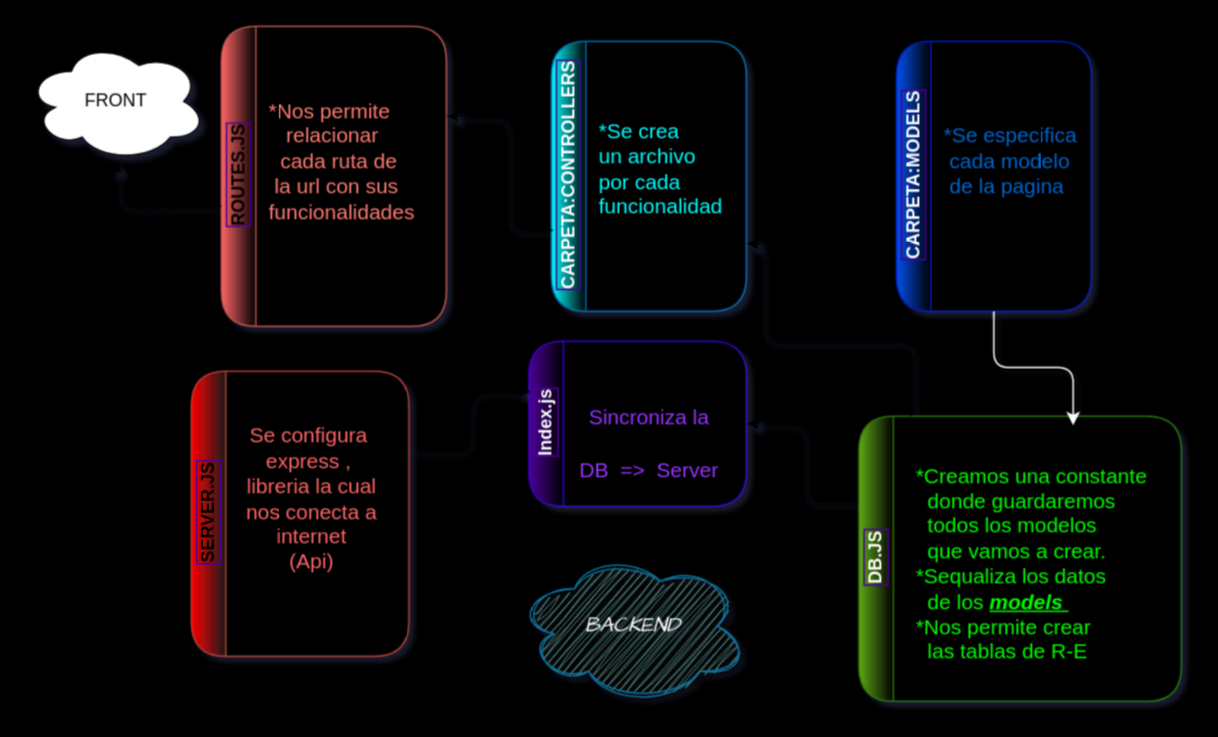
This is Diagrama sin título.drawio from MBritez07/Proyecto-Integrador-Videogames, a draw.io file, before an edit. Source tidied: cells renumbered, new cells numbered last; positions are measured from the earlier drawing's top-left corner, leaving out a move shared by most shapes. Both pictures are drawn from the tidied source at 150%, with x=0, y=0 at pixel (26, 26).
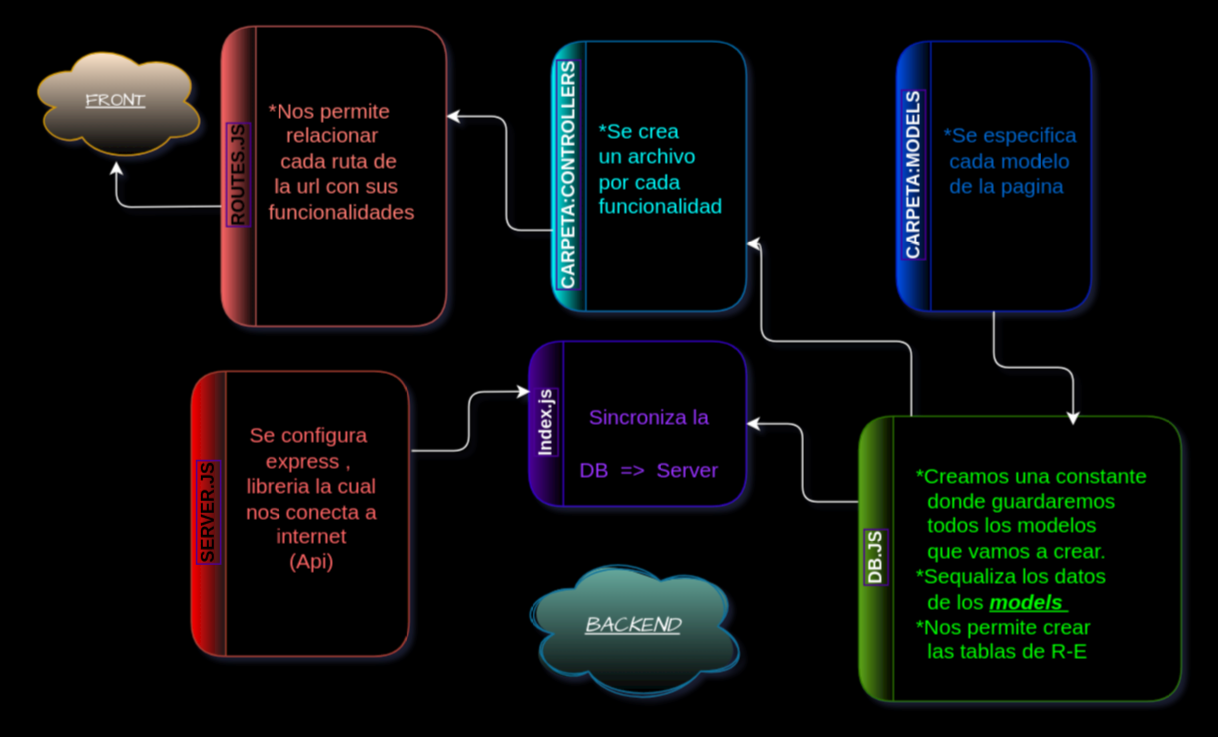
Above is the later version.

Commit message:
DiAGRAMA BACK-END

Unchanged cells that the change refers to:
```xml
<mxCell id="2" value="Index.js" style="swimlane;horizontal=0;whiteSpace=wrap;html=1;labelBackgroundColor=none;labelBorderColor=#4C0099;fillColor=#4C0099;fontColor=#ffffff;strokeColor=#3700CC;gradientColor=#000000;gradientDirection=east;swimlaneFillColor=#000000;rounded=1;shadow=0;glass=0;swimlaneLine=1;arcSize=50;fontSize=12;" parent="1" vertex="1">
  <mxGeometry x="335" y="210" width="145" height="110" as="geometry" />
</mxCell>
<mxCell id="5" value="DB.JS&lt;br&gt;" style="swimlane;horizontal=0;whiteSpace=wrap;html=1;labelBackgroundColor=none;labelBorderColor=#4C0099;fillColor=#60a917;strokeColor=#2D7600;gradientDirection=east;swimlaneFillColor=#000000;rounded=1;fontColor=#ffffff;gradientColor=#000000;arcSize=50;" parent="1" vertex="1">
  <mxGeometry x="555" y="260" width="215" height="190" as="geometry" />
</mxCell>
<mxCell id="8" value="&lt;font style=&quot;font-size: 14px;&quot;&gt;&lt;span style=&quot;font-size: 14px;&quot;&gt;Se configura&amp;nbsp;&lt;br style=&quot;font-size: 14px;&quot;&gt;express ,&amp;nbsp;&lt;br style=&quot;font-size: 14px;&quot;&gt;libreria la cual&lt;br style=&quot;font-size: 14px;&quot;&gt;nos conecta a&lt;br style=&quot;font-size: 14px;&quot;&gt;internet&lt;br style=&quot;font-size: 14px;&quot;&gt;(Api)&lt;br style=&quot;font-size: 14px;&quot;&gt;&lt;/span&gt;&lt;/font&gt;" style="text;html=1;align=center;verticalAlign=middle;points=[];strokeColor=none;fillColor=none;fontSize=14;fontFamily=Permanent Marker;fontColor=#FF6666;rounded=1;" parent="7" vertex="1">
  <mxGeometry x="15" y="30" width="130" height="110" as="geometry" />
</mxCell>
<mxCell id="9" value="CARPETA:CONTROLLERS&lt;br&gt;" style="swimlane;horizontal=0;whiteSpace=wrap;html=1;labelBackgroundColor=none;labelBorderColor=#4C0099;fillColor=#00FFFF;fontColor=#ffffff;strokeColor=#006EAF;gradientDirection=east;swimlaneFillColor=#000000;gradientColor=#000000;rounded=1;arcSize=50;" parent="1" vertex="1">
  <mxGeometry x="350" y="10" width="130" height="180" as="geometry" />
</mxCell>
<mxCell id="14" value="&lt;font color=&quot;#ff7c73&quot; face=&quot;Permanent Marker&quot; style=&quot;font-size: 14px;&quot;&gt;*Nos permite &lt;br&gt;&amp;nbsp; &amp;nbsp;relacionar&amp;nbsp;&amp;nbsp;&lt;br&gt;&amp;nbsp; cada ruta de &lt;br&gt;&amp;nbsp;la&amp;nbsp;url con sus&lt;br&gt;funcionalidades&lt;br&gt;&lt;/font&gt;" style="text;html=1;align=left;verticalAlign=middle;points=[];strokeColor=none;fillColor=none;rounded=1;" parent="13" vertex="1">
  <mxGeometry x="30" y="40" width="130" height="100" as="geometry" />
</mxCell>
```

The edit, as a diff of the source:
```diff
@@
-    <mxCell id="4" style="edgeStyle=orthogonalEdgeStyle;rounded=1;jettySize=auto;html=1;entryX=1;entryY=0.5;entryDx=0;entryDy=0;exitX=0.065;exitY=0.3;exitDx=0;exitDy=0;exitPerimeter=0;" parent="1" edge="1" source="5" target="2">
+    <mxCell id="4" style="edgeStyle=orthogonalEdgeStyle;rounded=1;jettySize=auto;html=1;entryX=1;entryY=0.5;entryDx=0;entryDy=0;exitX=0.065;exitY=0.3;exitDx=0;exitDy=0;exitPerimeter=0;strokeColor=#FFFFFF;" parent="1" edge="1" source="5" target="2">
       <mxGeometry relative="1" as="geometry" />
     </mxCell>
@@
-    <mxCell id="15" style="edgeStyle=orthogonalEdgeStyle;rounded=1;jettySize=auto;html=1;" parent="1" edge="1" target="17">
+    <mxCell id="15" style="edgeStyle=orthogonalEdgeStyle;rounded=1;jettySize=auto;html=1;strokeColor=#FFFFFF;" parent="1" edge="1" target="17">
       <mxGeometry relative="1" as="geometry">
         <mxPoint x="130" y="120" as="sourcePoint" />
       </mxGeometry>
     </mxCell>
@@
-    <mxCell id="17" value="FRONT&lt;br&gt;" style="ellipse;shape=cloud;whiteSpace=wrap;html=1;rounded=1;" parent="1" vertex="1">
+    <mxCell id="17" value="FRONT&lt;br&gt;" style="ellipse;shape=cloud;whiteSpace=wrap;html=1;rounded=1;fillColor=#ffe6cc;strokeColor=#d79b00;gradientColor=default;fontColor=#FFFFFF;fontFamily=Comic Sans MS;fontStyle=4;align=center;verticalAlign=middle;horizontal=1;" parent="1" vertex="1">
       <mxGeometry y="10" width="120" height="80" as="geometry" />
     </mxCell>
-    <mxCell id="18" style="edgeStyle=orthogonalEdgeStyle;rounded=1;jettySize=auto;html=1;entryX=1;entryY=0.75;entryDx=0;entryDy=0;" parent="1" edge="1" target="9">
+    <mxCell id="18" style="edgeStyle=orthogonalEdgeStyle;rounded=1;jettySize=auto;html=1;entryX=1;entryY=0.75;entryDx=0;entryDy=0;fontColor=#FFFFFF;strokeColor=#000000;" parent="1" edge="1" target="9">
       <mxGeometry relative="1" as="geometry">
         <mxPoint x="590" y="260" as="sourcePoint" />
         <Array as="points">
           <mxPoint x="590" y="210" />
           <mxPoint x="490" y="210" />
           <mxPoint x="490" y="145" />
         </Array>
       </mxGeometry>
     </mxCell>
-    <mxCell id="19" style="edgeStyle=orthogonalEdgeStyle;rounded=1;jettySize=auto;html=1;exitX=0.008;exitY=0.7;exitDx=0;exitDy=0;exitPerimeter=0;entryX=0.923;entryY=0.2;entryDx=0;entryDy=0;entryPerimeter=0;" parent="1" edge="1" source="9" target="14">
+    <mxCell id="19" style="edgeStyle=orthogonalEdgeStyle;rounded=1;jettySize=auto;html=1;exitX=0.008;exitY=0.7;exitDx=0;exitDy=0;exitPerimeter=0;entryX=0.923;entryY=0.2;entryDx=0;entryDy=0;entryPerimeter=0;strokeColor=#FFFFFF;" parent="1" edge="1" source="9" target="14">
       <mxGeometry relative="1" as="geometry" />
     </mxCell>
-    <mxCell id="20" style="edgeStyle=orthogonalEdgeStyle;rounded=1;jettySize=auto;html=1;exitX=1.015;exitY=0.209;exitDx=0;exitDy=0;exitPerimeter=0;entryX=0.007;entryY=0.305;entryDx=0;entryDy=0;entryPerimeter=0;" parent="1" edge="1" source="8" target="2">
+    <mxCell id="20" style="edgeStyle=orthogonalEdgeStyle;rounded=1;jettySize=auto;html=1;exitX=1.015;exitY=0.209;exitDx=0;exitDy=0;exitPerimeter=0;entryX=0.007;entryY=0.305;entryDx=0;entryDy=0;entryPerimeter=0;strokeColor=#FFFFFF;" parent="1" edge="1" source="8" target="2">
       <mxGeometry relative="1" as="geometry" />
     </mxCell>
-    <mxCell id="21" value="BACKEND" style="ellipse;shape=cloud;fillColor=#67AB9F;labelBorderColor=none;shadow=0;whiteSpace=wrap;rounded=1;sketch=1;curveFitting=1;jiggle=2;strokeColor=#10739e;labelBackgroundColor=none;html=1;fontStyle=2;fontFamily=Comic Sans MS;spacing=2;fontSize=14;gradientColor=none;fontColor=#FFFFFF;" parent="1" vertex="1">
+    <mxCell id="21" value="BACKEND" style="ellipse;shape=cloud;fillColor=#67AB9F;labelBorderColor=none;shadow=0;whiteSpace=wrap;rounded=1;sketch=1;curveFitting=1;jiggle=2;strokeColor=#10739e;labelBackgroundColor=none;html=1;fontStyle=6;fontFamily=Comic Sans MS;spacing=2;fontSize=14;gradientColor=default;fontColor=#FFFFFF;" parent="1" vertex="1">
       <mxGeometry x="327.5" y="350" width="152.5" height="100" as="geometry" />
     </mxCell>
+    <mxCell id="22" style="edgeStyle=orthogonalEdgeStyle;rounded=1;orthogonalLoop=1;jettySize=auto;html=1;entryX=1;entryY=0.75;entryDx=0;entryDy=0;fontColor=#FFFFFF;strokeColor=#FFFFFF;" parent="1" edge="1">
+      <mxGeometry relative="1" as="geometry">
+        <mxPoint x="590" y="260" as="sourcePoint" />
+        <mxPoint x="480" y="145" as="targetPoint" />
+        <Array as="points">
+          <mxPoint x="590" y="210" />
+          <mxPoint x="490" y="210" />
+          <mxPoint x="490" y="145" />
+        </Array>
+      </mxGeometry>
+    </mxCell>
```
